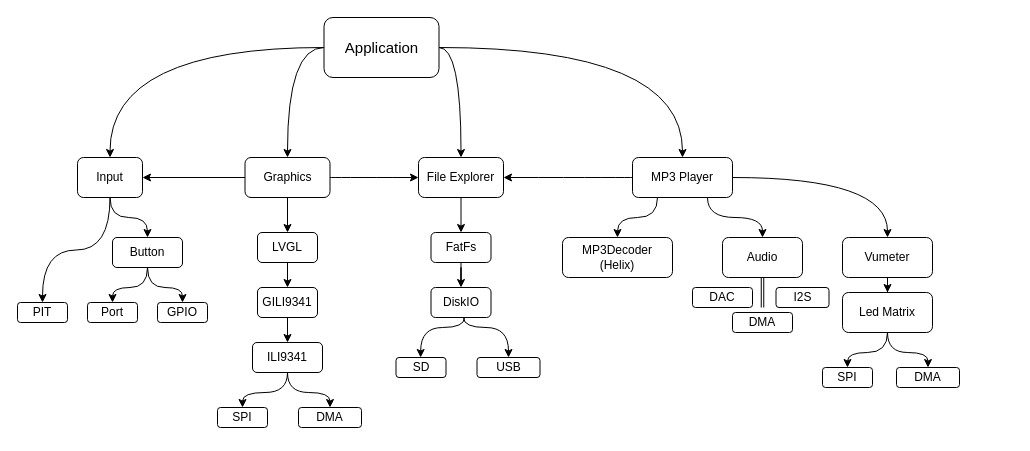
The draw.io diagram Mp3Player/Diagrama MP3Player.drawio in Laboratorio-de-Microprocesadores-2018/Mp3Player, before the edit. Source tidied: cells renumbered, new cells numbered last; positions are measured from the earlier drawing's top-left corner, leaving out a move shared by most shapes. Both pictures are drawn from the tidied source at 100%, with x=0, y=0 at pixel (17, 17).
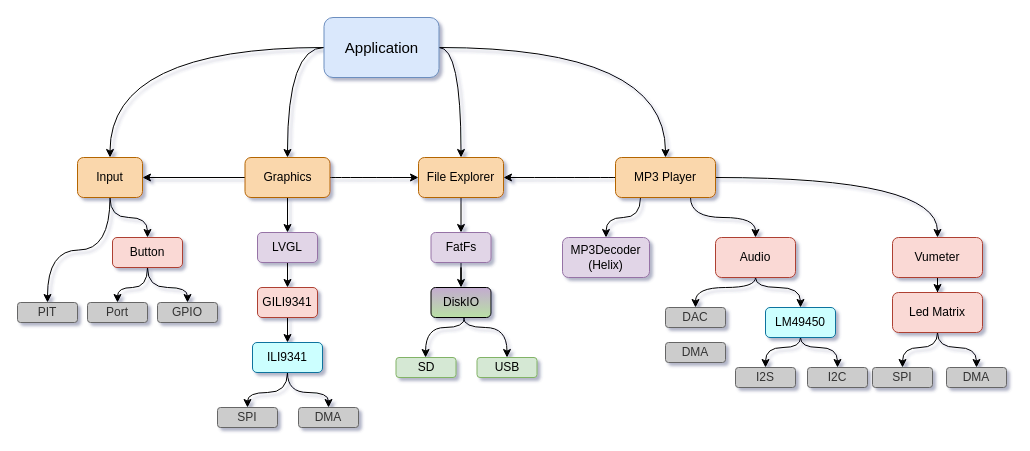
Above is the later version.

Diff of the diagram source:
```diff
@@
-<mxGraphModel>
+<mxGraphModel shadow="1">
@@
-    <mxCell id="6" value="&lt;font style=&quot;font-size: 15px&quot;&gt;Application&lt;/font&gt;" style="rounded=1;whiteSpace=wrap;html=1;" parent="1" vertex="1">
+    <mxCell id="6" value="&lt;font style=&quot;font-size: 15px&quot;&gt;Application&lt;/font&gt;" style="rounded=1;whiteSpace=wrap;html=1;fillColor=#dae8fc;strokeColor=#6c8ebf;" parent="1" vertex="1">
       <mxGeometry x="306.5" width="115" height="60" as="geometry" />
     </mxCell>
-    <mxCell id="7" style="edgeStyle=orthogonalEdgeStyle;rounded=0;jettySize=auto;html=1;curved=1;entryX=0;entryY=0.5;entryDx=0;entryDy=0;" parent="1" edge="1" source="10" target="23">
+    <mxCell id="7" style="edgeStyle=orthogonalEdgeStyle;rounded=0;jettySize=auto;html=1;curved=1;entryX=0;entryY=0.5;entryDx=0;entryDy=0;fillColor=#fad7ac;strokeColor=#000000;" parent="1" edge="1" source="10" target="23">
       <mxGeometry relative="1" as="geometry" />
     </mxCell>
@@
-    <mxCell id="9" style="edgeStyle=orthogonalEdgeStyle;rounded=0;jettySize=auto;html=1;entryX=1;entryY=0.5;entryDx=0;entryDy=0;" parent="1" edge="1" source="10" target="40">
+    <mxCell id="9" style="edgeStyle=orthogonalEdgeStyle;rounded=0;jettySize=auto;html=1;entryX=1;entryY=0.5;entryDx=0;entryDy=0;fillColor=#fad7ac;strokeColor=#000000;" parent="1" edge="1" source="10" target="40">
       <mxGeometry relative="1" as="geometry" />
     </mxCell>
-    <mxCell id="10" value="Graphics" style="rounded=1;whiteSpace=wrap;html=1;" parent="1" vertex="1">
+    <mxCell id="10" value="Graphics" style="rounded=1;whiteSpace=wrap;html=1;fillColor=#fad7ac;strokeColor=#b46504;" parent="1" vertex="1">
       <mxGeometry x="227.5" y="140" width="85" height="40" as="geometry" />
     </mxCell>
-    <mxCell id="11" style="edgeStyle=orthogonalEdgeStyle;rounded=0;jettySize=auto;html=1;entryX=1;entryY=0.5;entryDx=0;entryDy=0;curved=1;" parent="1" edge="1" source="15" target="23">
+    <mxCell id="11" style="edgeStyle=orthogonalEdgeStyle;rounded=0;jettySize=auto;html=1;entryX=1;entryY=0.5;entryDx=0;entryDy=0;curved=1;fillColor=#fad7ac;strokeColor=#000000;" parent="1" edge="1" source="15" target="23">
       <mxGeometry relative="1" as="geometry" />
     </mxCell>
@@
-    <mxCell id="15" value="MP3 Player&lt;br&gt;" style="rounded=1;whiteSpace=wrap;html=1;" parent="1" vertex="1">
-      <mxGeometry x="615" y="140" width="100" height="40" as="geometry" />
+    <mxCell id="15" value="MP3 Player&lt;br&gt;" style="rounded=1;whiteSpace=wrap;html=1;fillColor=#fad7ac;strokeColor=#b46504;" parent="1" vertex="1">
+      <mxGeometry x="598" y="140" width="100" height="40" as="geometry" />
     </mxCell>
@@
-    <mxCell id="17" value="FatFs&lt;br&gt;" style="rounded=1;whiteSpace=wrap;html=1;" parent="1" vertex="1">
+    <mxCell id="17" value="FatFs&lt;br&gt;" style="rounded=1;whiteSpace=wrap;html=1;fillColor=#e1d5e7;strokeColor=#9673a6;" parent="1" vertex="1">
       <mxGeometry x="413.5" y="215" width="60" height="30" as="geometry" />
     </mxCell>
@@
-    <mxCell id="19" value="Vumeter&lt;br&gt;" style="rounded=1;whiteSpace=wrap;html=1;" parent="1" vertex="1">
-      <mxGeometry x="825" y="220" width="90" height="40" as="geometry" />
+    <mxCell id="19" value="Vumeter&lt;br&gt;" style="rounded=1;whiteSpace=wrap;html=1;fillColor=#fad9d5;strokeColor=#ae4132;" parent="1" vertex="1">
+      <mxGeometry x="875" y="220" width="90" height="40" as="geometry" />
     </mxCell>
+    <mxCell id="56" style="edgeStyle=orthogonalEdgeStyle;rounded=0;jettySize=auto;html=1;entryX=0.5;entryY=0;entryDx=0;entryDy=0;strokeColor=#000000;curved=1;" parent="1" edge="1" source="20" target="61">
+      <mxGeometry relative="1" as="geometry">
+        <Array as="points">
+          <mxPoint x="738" y="270" />
+          <mxPoint x="783" y="270" />
+        </Array>
+      </mxGeometry>
+    </mxCell>
+    <mxCell id="57" style="edgeStyle=orthogonalEdgeStyle;curved=1;rounded=0;jettySize=auto;html=1;entryX=0.5;entryY=0;entryDx=0;entryDy=0;strokeColor=#000000;" parent="1" edge="1" source="20" target="29">
+      <mxGeometry relative="1" as="geometry">
+        <Array as="points">
+          <mxPoint x="738" y="270" />
+          <mxPoint x="678" y="270" />
+        </Array>
+      </mxGeometry>
+    </mxCell>
-    <mxCell id="20" value="Audio" style="rounded=1;whiteSpace=wrap;html=1;" parent="1" vertex="1">
-      <mxGeometry x="705" y="220" width="80" height="40" as="geometry" />
+    <mxCell id="20" value="Audio" style="rounded=1;whiteSpace=wrap;html=1;fillColor=#fad9d5;strokeColor=#ae4132;" parent="1" vertex="1">
+      <mxGeometry x="698" y="220" width="80" height="40" as="geometry" />
     </mxCell>
-    <mxCell id="21" value="MP3Decoder&lt;br&gt;(Helix)&lt;br&gt;" style="rounded=1;whiteSpace=wrap;html=1;" parent="1" vertex="1">
-      <mxGeometry x="545" y="220" width="110" height="40" as="geometry" />
+    <mxCell id="21" value="MP3Decoder&lt;br&gt;(Helix)&lt;br&gt;" style="rounded=1;whiteSpace=wrap;html=1;fillColor=#e1d5e7;strokeColor=#9673a6;" parent="1" vertex="1">
+      <mxGeometry x="545" y="220" width="87" height="40" as="geometry" />
     </mxCell>
@@
-    <mxCell id="23" value="File Explorer&lt;br&gt;" style="rounded=1;whiteSpace=wrap;html=1;" parent="1" vertex="1">
+    <mxCell id="23" value="File Explorer&lt;br&gt;" style="rounded=1;whiteSpace=wrap;html=1;fillColor=#fad7ac;strokeColor=#b46504;" parent="1" vertex="1">
       <mxGeometry x="401" y="140" width="85" height="40" as="geometry" />
     </mxCell>
     <mxCell id="24" style="edgeStyle=orthogonalEdgeStyle;rounded=0;jettySize=auto;html=1;entryX=0.493;entryY=0;entryDx=0;entryDy=0;entryPerimeter=0;curved=1;" parent="1" edge="1" source="26" target="27">
       <mxGeometry relative="1" as="geometry">
         <Array as="points">
           <mxPoint x="447" y="310" />
-          <mxPoint x="403" y="310" />
+          <mxPoint x="408" y="310" />
         </Array>
       </mxGeometry>
     </mxCell>
     <mxCell id="25" style="edgeStyle=orthogonalEdgeStyle;curved=1;rounded=0;jettySize=auto;html=1;entryX=0.5;entryY=0;entryDx=0;entryDy=0;" parent="1" edge="1" source="26" target="28">
       <mxGeometry relative="1" as="geometry">
         <Array as="points">
           <mxPoint x="446" y="310" />
-          <mxPoint x="491" y="310" />
+          <mxPoint x="490" y="310" />
         </Array>
       </mxGeometry>
     </mxCell>
-    <mxCell id="26" value="DiskIO&lt;br&gt;" style="rounded=1;whiteSpace=wrap;html=1;" parent="1" vertex="1">
+    <mxCell id="26" value="DiskIO&lt;br&gt;" style="rounded=1;whiteSpace=wrap;html=1;gradientColor=#B9E0A5;fillColor=#C3ABD0;" parent="1" vertex="1">
       <mxGeometry x="413.5" y="270" width="60" height="30" as="geometry" />
     </mxCell>
-    <mxCell id="27" value="SD&lt;br&gt;" style="rounded=1;whiteSpace=wrap;html=1;" parent="1" vertex="1">
-      <mxGeometry x="378.5" y="340" width="50" height="20" as="geometry" />
+    <mxCell id="27" value="SD&lt;br&gt;" style="rounded=1;whiteSpace=wrap;html=1;fillColor=#d5e8d4;strokeColor=#82b366;" parent="1" vertex="1">
+      <mxGeometry x="378.5" y="340" width="60" height="20" as="geometry" />
     </mxCell>
-    <mxCell id="28" value="USB&lt;br&gt;" style="rounded=1;whiteSpace=wrap;html=1;" parent="1" vertex="1">
-      <mxGeometry x="459.5" y="340" width="63" height="20" as="geometry" />
+    <mxCell id="28" value="USB&lt;br&gt;" style="rounded=1;whiteSpace=wrap;html=1;fillColor=#d5e8d4;strokeColor=#82b366;" parent="1" vertex="1">
+      <mxGeometry x="459.5" y="340" width="60" height="20" as="geometry" />
     </mxCell>
-    <mxCell id="29" value="DAC&lt;br&gt;" style="rounded=1;whiteSpace=wrap;html=1;" parent="1" vertex="1">
-      <mxGeometry x="675" y="270" width="60" height="20" as="geometry" />
+    <mxCell id="29" value="DAC&lt;br&gt;" style="rounded=1;whiteSpace=wrap;html=1;fillColor=#CCCCCC;strokeColor=#666666;fontColor=#333333;" parent="1" vertex="1">
+      <mxGeometry x="648" y="290" width="60" height="20" as="geometry" />
     </mxCell>
-    <mxCell id="30" value="I2S&lt;br&gt;" style="rounded=1;whiteSpace=wrap;html=1;" parent="1" vertex="1">
-      <mxGeometry x="758.5" y="270" width="53" height="20" as="geometry" />
+    <mxCell id="30" value="I2S&lt;br&gt;" style="rounded=1;whiteSpace=wrap;html=1;fillColor=#CCCCCC;strokeColor=#666666;fontColor=#333333;" parent="1" vertex="1">
+      <mxGeometry x="718" y="350" width="60" height="20" as="geometry" />
     </mxCell>
-    <mxCell id="31" style="shape=link;html=1;width=-2.5;entryX=0.5;entryY=1;entryDx=0;entryDy=0;" parent="1" edge="1" target="20">
-      <mxGeometry relative="1" as="geometry">
-        <mxPoint x="745" y="290" as="sourcePoint" />
-      </mxGeometry>
-    </mxCell>
-    <mxCell id="32" value="DMA&lt;br&gt;" style="rounded=1;whiteSpace=wrap;html=1;" parent="1" vertex="1">
-      <mxGeometry x="715" y="295" width="60" height="20" as="geometry" />
+    <mxCell id="32" value="DMA&lt;br&gt;" style="rounded=1;whiteSpace=wrap;html=1;fillColor=#CCCCCC;strokeColor=#666666;fontColor=#333333;" parent="1" vertex="1">
+      <mxGeometry x="648" y="325" width="60" height="20" as="geometry" />
     </mxCell>
     <mxCell id="33" style="edgeStyle=orthogonalEdgeStyle;curved=1;rounded=0;jettySize=auto;html=1;exitX=0.5;exitY=1;exitDx=0;exitDy=0;entryX=0.5;entryY=0;entryDx=0;entryDy=0;" parent="1" edge="1" source="35" target="54">
-      <mxGeometry relative="1" as="geometry" />
+      <mxGeometry relative="1" as="geometry">
+        <Array as="points">
+          <mxPoint x="920" y="330" />
+          <mxPoint x="885" y="330" />
+        </Array>
+      </mxGeometry>
     </mxCell>
     <mxCell id="34" style="edgeStyle=orthogonalEdgeStyle;curved=1;rounded=0;jettySize=auto;html=1;exitX=0.5;exitY=1;exitDx=0;exitDy=0;" parent="1" edge="1" source="35" target="55">
-      <mxGeometry relative="1" as="geometry" />
+      <mxGeometry relative="1" as="geometry">
+        <Array as="points">
+          <mxPoint x="920" y="330" />
+          <mxPoint x="959" y="330" />
+        </Array>
+      </mxGeometry>
     </mxCell>
-    <mxCell id="35" value="Led Matrix&lt;br&gt;" style="rounded=1;whiteSpace=wrap;html=1;" parent="1" vertex="1">
-      <mxGeometry x="825" y="275" width="90" height="40" as="geometry" />
+    <mxCell id="35" value="Led Matrix&lt;br&gt;" style="rounded=1;whiteSpace=wrap;html=1;fillColor=#fad9d5;strokeColor=#ae4132;" parent="1" vertex="1">
+      <mxGeometry x="875" y="275" width="90" height="40" as="geometry" />
     </mxCell>
@@
-    <mxCell id="37" value="LVGL" style="rounded=1;whiteSpace=wrap;html=1;" parent="1" vertex="1">
+    <mxCell id="37" value="LVGL" style="rounded=1;whiteSpace=wrap;html=1;fillColor=#e1d5e7;strokeColor=#9673a6;" parent="1" vertex="1">
       <mxGeometry x="240" y="215" width="60" height="30" as="geometry" />
     </mxCell>
@@
-    <mxCell id="40" value="Input&lt;br&gt;" style="rounded=1;whiteSpace=wrap;html=1;" parent="1" vertex="1">
+    <mxCell id="40" value="Input&lt;br&gt;" style="rounded=1;whiteSpace=wrap;html=1;fillColor=#fad7ac;strokeColor=#b46504;" parent="1" vertex="1">
       <mxGeometry x="60" y="140" width="65" height="40" as="geometry" />
     </mxCell>
@@
-    <mxCell id="43" value="Button&lt;br&gt;" style="rounded=1;whiteSpace=wrap;html=1;" parent="1" vertex="1">
+    <mxCell id="43" value="Button&lt;br&gt;" style="rounded=1;whiteSpace=wrap;html=1;fillColor=#fad9d5;strokeColor=#ae4132;" parent="1" vertex="1">
       <mxGeometry x="95" y="220" width="70" height="30" as="geometry" />
     </mxCell>
-    <mxCell id="44" value="Port&lt;br&gt;" style="rounded=1;whiteSpace=wrap;html=1;" parent="1" vertex="1">
-      <mxGeometry x="70" y="285" width="50" height="20" as="geometry" />
+    <mxCell id="44" value="Port&lt;br&gt;" style="rounded=1;whiteSpace=wrap;html=1;fillColor=#CCCCCC;strokeColor=#666666;fontColor=#333333;" parent="1" vertex="1">
+      <mxGeometry x="70" y="285" width="60" height="20" as="geometry" />
     </mxCell>
-    <mxCell id="45" value="GPIO&lt;br&gt;" style="rounded=1;whiteSpace=wrap;html=1;" parent="1" vertex="1">
-      <mxGeometry x="140" y="285" width="50" height="20" as="geometry" />
+    <mxCell id="45" value="GPIO&lt;br&gt;" style="rounded=1;whiteSpace=wrap;html=1;fillColor=#CCCCCC;strokeColor=#666666;fontColor=#333333;" parent="1" vertex="1">
+      <mxGeometry x="140" y="285" width="60" height="20" as="geometry" />
     </mxCell>
@@
-    <mxCell id="47" value="GILI9341" style="rounded=1;whiteSpace=wrap;html=1;" parent="1" vertex="1">
+    <mxCell id="47" value="GILI9341" style="rounded=1;whiteSpace=wrap;html=1;fillColor=#fad9d5;strokeColor=#ae4132;" parent="1" vertex="1">
       <mxGeometry x="240" y="270" width="60" height="30" as="geometry" />
     </mxCell>
@@
-    <mxCell id="50" value="ILI9341" style="rounded=1;whiteSpace=wrap;html=1;" parent="1" vertex="1">
+    <mxCell id="50" value="ILI9341" style="rounded=1;whiteSpace=wrap;html=1;fillColor=#CCFFFF;strokeColor=#10739e;" parent="1" vertex="1">
       <mxGeometry x="235" y="325" width="70" height="30" as="geometry" />
     </mxCell>
-    <mxCell id="51" value="PIT&lt;br&gt;" style="rounded=1;whiteSpace=wrap;html=1;" parent="1" vertex="1">
-      <mxGeometry y="285" width="50" height="20" as="geometry" />
+    <mxCell id="51" value="PIT&lt;br&gt;" style="rounded=1;whiteSpace=wrap;html=1;fillColor=#CCCCCC;strokeColor=#666666;fontColor=#333333;" parent="1" vertex="1">
+      <mxGeometry y="285" width="60" height="20" as="geometry" />
     </mxCell>
-    <mxCell id="52" value="SPI&lt;br&gt;" style="rounded=1;whiteSpace=wrap;html=1;" parent="1" vertex="1">
-      <mxGeometry x="200" y="390" width="50" height="20" as="geometry" />
+    <mxCell id="52" value="SPI&lt;br&gt;" style="rounded=1;whiteSpace=wrap;html=1;fillColor=#CCCCCC;strokeColor=#666666;fontColor=#333333;" parent="1" vertex="1">
+      <mxGeometry x="200" y="390" width="60" height="20" as="geometry" />
     </mxCell>
-    <mxCell id="53" value="DMA" style="rounded=1;whiteSpace=wrap;html=1;" parent="1" vertex="1">
-      <mxGeometry x="281" y="390" width="63" height="20" as="geometry" />
+    <mxCell id="53" value="DMA" style="rounded=1;whiteSpace=wrap;html=1;fillColor=#CCCCCC;strokeColor=#666666;fontColor=#333333;" parent="1" vertex="1">
+      <mxGeometry x="281" y="390" width="60" height="20" as="geometry" />
     </mxCell>
-    <mxCell id="54" value="SPI&lt;br&gt;" style="rounded=1;whiteSpace=wrap;html=1;" parent="1" vertex="1">
-      <mxGeometry x="805" y="350" width="50" height="20" as="geometry" />
+    <mxCell id="54" value="SPI&lt;br&gt;" style="rounded=1;whiteSpace=wrap;html=1;fillColor=#CCCCCC;strokeColor=#666666;fontColor=#333333;" parent="1" vertex="1">
+      <mxGeometry x="855" y="350" width="60" height="20" as="geometry" />
     </mxCell>
-    <mxCell id="55" value="DMA" style="rounded=1;whiteSpace=wrap;html=1;" parent="1" vertex="1">
-      <mxGeometry x="879" y="350" width="63" height="20" as="geometry" />
+    <mxCell id="55" value="DMA" style="rounded=1;whiteSpace=wrap;html=1;fillColor=#CCCCCC;strokeColor=#666666;fontColor=#333333;" parent="1" vertex="1">
+      <mxGeometry x="929" y="350" width="60" height="20" as="geometry" />
     </mxCell>
+    <mxCell id="58" value="I2C&lt;br&gt;" style="rounded=1;whiteSpace=wrap;html=1;fillColor=#CCCCCC;strokeColor=#666666;fontColor=#333333;" parent="1" vertex="1">
+      <mxGeometry x="790" y="350" width="60" height="20" as="geometry" />
+    </mxCell>
+    <mxCell id="59" style="edgeStyle=orthogonalEdgeStyle;curved=1;rounded=0;jettySize=auto;html=1;entryX=0.5;entryY=0;entryDx=0;entryDy=0;strokeColor=#000000;" parent="1" edge="1" source="61" target="30">
+      <mxGeometry relative="1" as="geometry">
+        <Array as="points">
+          <mxPoint x="783" y="330" />
+          <mxPoint x="748" y="330" />
+        </Array>
+      </mxGeometry>
+    </mxCell>
+    <mxCell id="60" style="edgeStyle=orthogonalEdgeStyle;curved=1;rounded=0;jettySize=auto;html=1;entryX=0.5;entryY=0;entryDx=0;entryDy=0;strokeColor=#000000;" parent="1" edge="1" source="61" target="58">
+      <mxGeometry relative="1" as="geometry">
+        <Array as="points">
+          <mxPoint x="783" y="330" />
+          <mxPoint x="820" y="330" />
+        </Array>
+      </mxGeometry>
+    </mxCell>
+    <mxCell id="61" value="&lt;span&gt;LM49450&lt;/span&gt;" style="rounded=1;whiteSpace=wrap;html=1;fillColor=#CCFFFF;strokeColor=#10739e;" parent="1" vertex="1">
+      <mxGeometry x="748" y="290" width="70" height="30" as="geometry" />
+    </mxCell>
```
